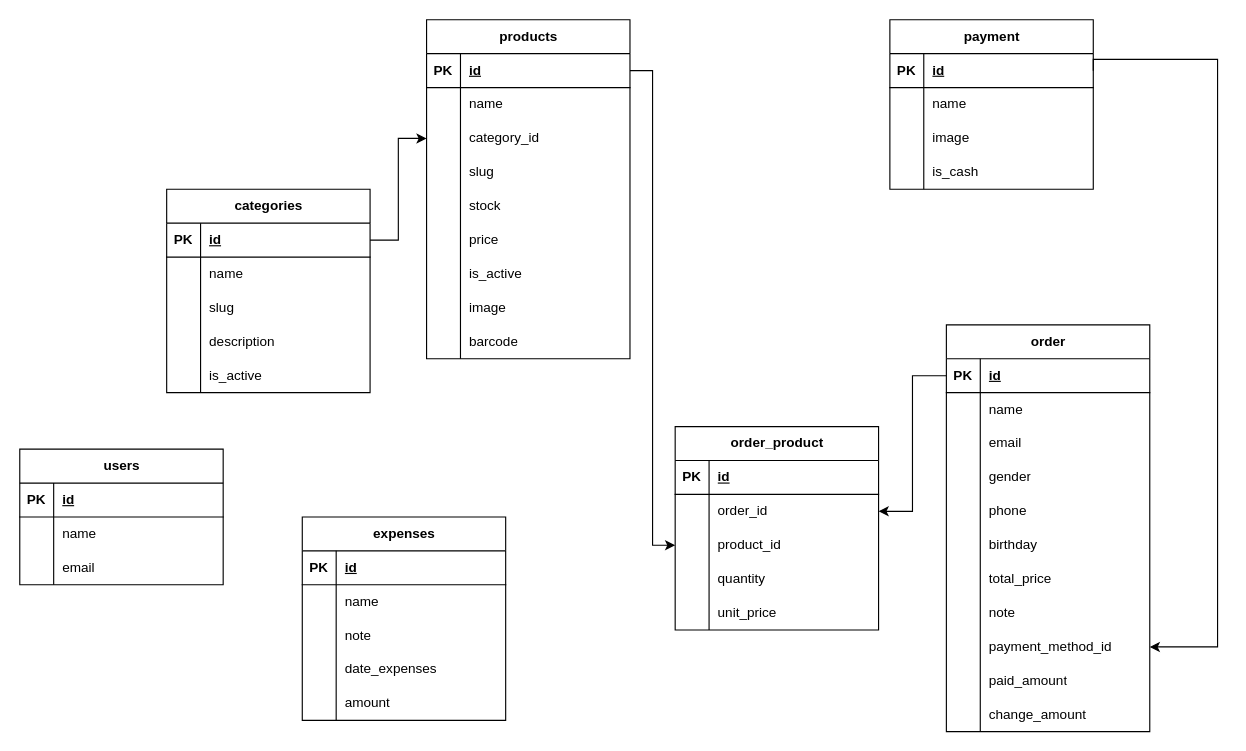
The draw.io diagram fenkoding.drawio in ahmafen/fenkoding-kasir, before the edit. Source tidied: cells renumbered, new cells numbered last; positions are measured from the earlier drawing's top-left corner, leaving out a move shared by most shapes. Both pictures are drawn from the tidied source at 113%, with x=0, y=0 at pixel (19, 19).
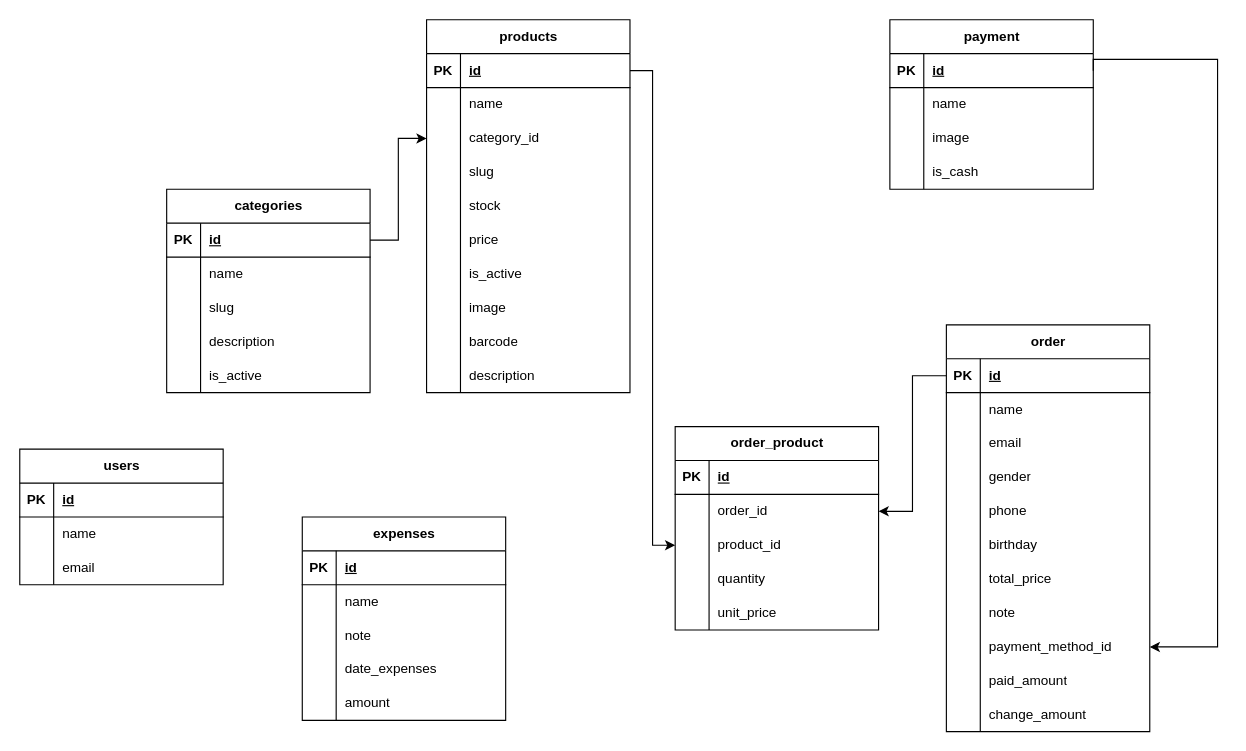
The same page after the edit.

The edit, as a diff of the source:
```diff
@@
     <mxCell id="18" value="products" style="shape=table;startSize=30;childLayout=tableLayout;rowLines=0;fontStyle=1;align=center;html=1;" parent="1" vertex="1">
-      <mxGeometry x="360" width="180" height="300" as="geometry" />
+      <mxGeometry x="360" width="180" height="330" as="geometry" />
     </mxCell>
@@
+    <mxCell id="139" style="shape=tableRow;horizontal=0;startSize=0;swimlaneHead=0;swimlaneBody=0;fillColor=none;top=0;left=0;right=0;bottom=0;" parent="18" vertex="1">
+      <mxGeometry y="300" width="180" height="30" as="geometry" />
+    </mxCell>
+    <mxCell id="140" style="shape=partialRectangle;fillColor=none;top=0;left=0;bottom=0;right=0;overflow=hidden;whiteSpace=wrap;html=1;" parent="139" vertex="1">
+      <mxGeometry width="30" height="30" as="geometry" />
+    </mxCell>
+    <mxCell id="141" value="description" style="shape=partialRectangle;fillColor=none;top=0;left=0;bottom=0;right=0;align=left;spacingLeft=6;overflow=hidden;whiteSpace=wrap;html=1;" parent="139" vertex="1">
+      <mxGeometry x="30" width="150" height="30" as="geometry" />
+    </mxCell>
```
